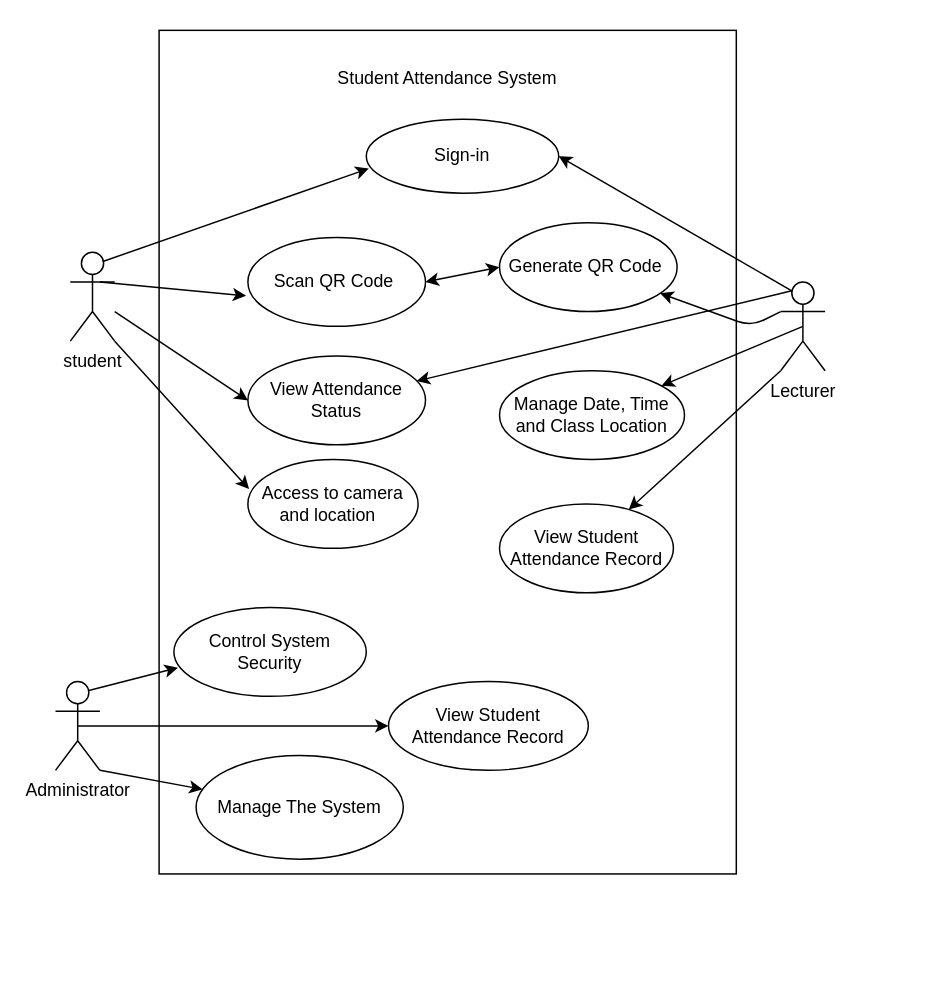
This is page "usecase" (1 of 2) of project/drawio/cutie/UMLdiagram.drawio from drshahizan/software-engineering, a draw.io file, before an edit. Source tidied: cells renumbered, new cells numbered last; positions are measured from the earlier drawing's top-left corner, leaving out a move shared by most shapes. Both pictures are drawn from the tidied source at 148%, with x=0, y=0 at pixel (55, 30).
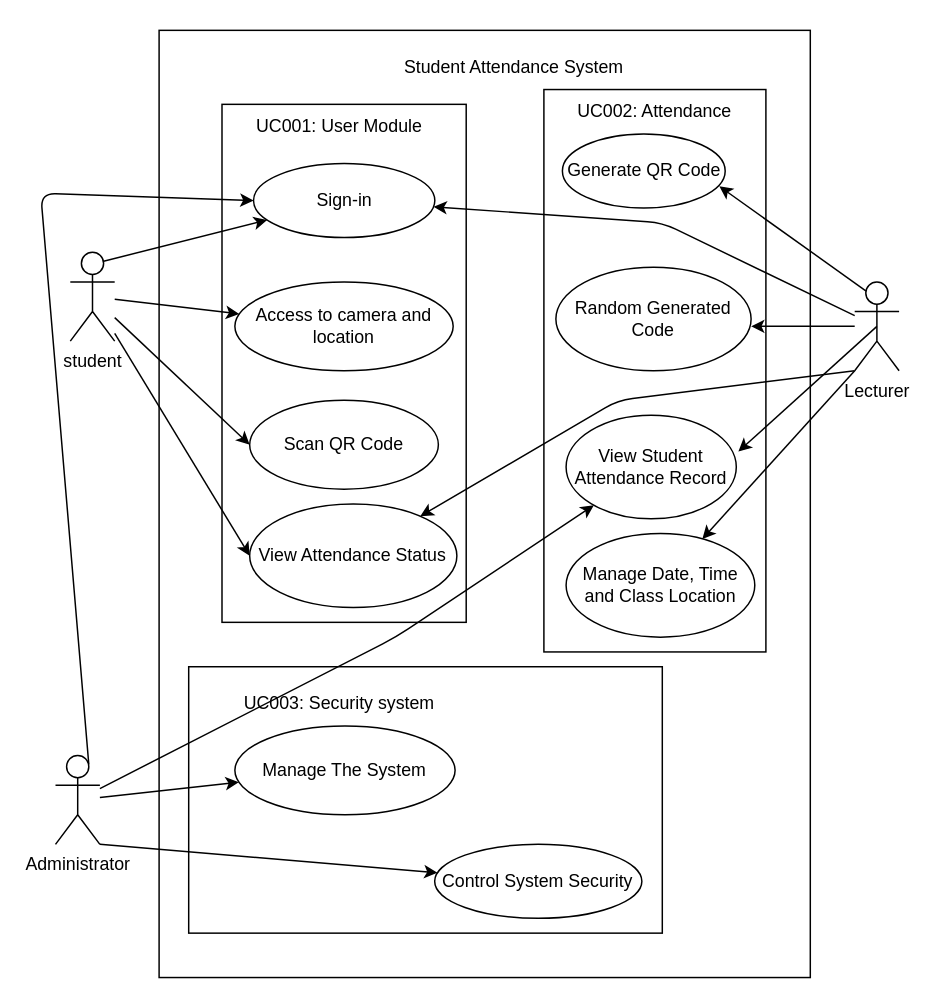
The same diagram, later.

The change refers to these unchanged cells:
```xml
<mxCell id="2" value="student&lt;br&gt;" style="shape=umlActor;verticalLabelPosition=bottom;verticalAlign=top;html=1;outlineConnect=0;" parent="1" vertex="1">
  <mxGeometry x="10" y="150" width="30" height="60" as="geometry" />
</mxCell>
```

Change to the diagram source:
```diff
@@
-    <mxCell id="3" value="&lt;br&gt;&lt;br&gt;Student Attendance System&lt;br&gt;&lt;br&gt;&lt;br&gt;&lt;br&gt;&lt;br&gt;&lt;br&gt;&lt;br&gt;&lt;br&gt;&lt;br&gt;&lt;br&gt;&lt;br&gt;&lt;br&gt;&lt;br&gt;&lt;br&gt;&lt;br&gt;&lt;br&gt;&lt;br&gt;&lt;br&gt;&lt;br&gt;&lt;br&gt;&lt;br&gt;&lt;br&gt;&lt;br&gt;&lt;br&gt;&lt;br&gt;&lt;br&gt;&lt;br&gt;&lt;br&gt;&lt;br&gt;&lt;br&gt;&lt;br&gt;&lt;br&gt;&lt;br&gt;&lt;br&gt;&lt;br&gt;&lt;br&gt;&lt;br&gt;&lt;br&gt;" style="rounded=0;whiteSpace=wrap;html=1;" parent="1" vertex="1">
-      <mxGeometry x="70" width="390" height="570" as="geometry" />
+    <mxCell id="3" style="rounded=0;whiteSpace=wrap;html=1;" parent="1" vertex="1">
+      <mxGeometry x="70" width="440" height="640" as="geometry" />
     </mxCell>
+    <mxCell id="11" value="Lecturer" style="shape=umlActor;verticalLabelPosition=bottom;verticalAlign=top;html=1;outlineConnect=0;" parent="1" vertex="1">
+      <mxGeometry x="540" y="170" width="30" height="60" as="geometry" />
+    </mxCell>
+    <mxCell id="18" value="Administrator" style="shape=umlActor;verticalLabelPosition=bottom;verticalAlign=top;html=1;outlineConnect=0;" parent="1" vertex="1">
+      <mxGeometry y="490" width="30" height="60" as="geometry" />
+    </mxCell>
+    <mxCell id="29" style="rounded=0;whiteSpace=wrap;html=1;" parent="1" vertex="1">
+      <mxGeometry x="112.5" y="50" width="165" height="350" as="geometry" />
+    </mxCell>
-    <mxCell id="4" value="Scan QR Code&amp;nbsp;" style="ellipse;whiteSpace=wrap;html=1;" parent="1" vertex="1">
-      <mxGeometry x="130" y="140" width="120" height="60" as="geometry" />
+    <mxCell id="4" value="Scan QR Code" style="ellipse;whiteSpace=wrap;html=1;" parent="1" vertex="1">
+      <mxGeometry x="131.2" y="250" width="127.5" height="60" as="geometry" />
     </mxCell>
     <mxCell id="5" value="View Attendance Status" style="ellipse;whiteSpace=wrap;html=1;" parent="1" vertex="1">
-      <mxGeometry x="130" y="220" width="120" height="60" as="geometry" />
+      <mxGeometry x="131.2" y="320" width="140" height="70" as="geometry" />
     </mxCell>
+    <mxCell id="26" value="Sign-in" style="ellipse;whiteSpace=wrap;html=1;" parent="1" vertex="1">
+      <mxGeometry x="133.8" y="90" width="122.5" height="50" as="geometry" />
+    </mxCell>
-    <mxCell id="6" value="Access to camera and location&amp;nbsp;&amp;nbsp;" style="ellipse;whiteSpace=wrap;html=1;" parent="1" vertex="1">
-      <mxGeometry x="130" y="290" width="115" height="60" as="geometry" />
+    <mxCell id="6" value="Access to camera and location" style="ellipse;whiteSpace=wrap;html=1;" parent="1" vertex="1">
+      <mxGeometry x="121.2" y="170" width="147.5" height="60" as="geometry" />
     </mxCell>
-    <mxCell id="7" style="edgeStyle=none;html=1;exitX=0;exitY=0.3333333333333333;exitDx=0;exitDy=0;exitPerimeter=0;" parent="1" edge="1" source="11" target="12">
-      <mxGeometry relative="1" as="geometry">
-        <Array as="points">
-          <mxPoint x="470" y="200" />
-        </Array>
-      </mxGeometry>
-    </mxCell>
-    <mxCell id="8" style="edgeStyle=none;html=1;exitX=0.5;exitY=0.5;exitDx=0;exitDy=0;exitPerimeter=0;" parent="1" edge="1" source="11" target="13">
-      <mxGeometry relative="1" as="geometry" />
-    </mxCell>
-    <mxCell id="9" style="edgeStyle=none;html=1;exitX=0;exitY=1;exitDx=0;exitDy=0;exitPerimeter=0;" parent="1" edge="1" source="11" target="14">
-      <mxGeometry relative="1" as="geometry" />
-    </mxCell>
-    <mxCell id="10" style="edgeStyle=none;html=1;exitX=0.25;exitY=0.1;exitDx=0;exitDy=0;exitPerimeter=0;" parent="1" edge="1" source="11" target="5">
-      <mxGeometry relative="1" as="geometry" />
-    </mxCell>
-    <mxCell id="11" value="Lecturer" style="shape=umlActor;verticalLabelPosition=bottom;verticalAlign=top;html=1;outlineConnect=0;" parent="1" vertex="1">
-      <mxGeometry x="490" y="170" width="30" height="60" as="geometry" />
-    </mxCell>
+    <mxCell id="27" style="endArrow=classic;html=1;exitX=0.75;exitY=0.1;exitDx=0;exitDy=0;exitPerimeter=0;" parent="1" edge="1" source="2" target="26">
+      <mxGeometry relative="1" as="geometry" />
+    </mxCell>
+    <mxCell id="24" style="endArrow=classic;html=1;" parent="1" edge="1" source="2" target="6">
+      <mxGeometry relative="1" as="geometry" />
+    </mxCell>
+    <mxCell id="30" style="endArrow=classic;html=1;entryX=0;entryY=0.5;entryDx=0;entryDy=0;" parent="1" edge="1" source="2" target="4">
+      <mxGeometry relative="1" as="geometry" />
+    </mxCell>
+    <mxCell id="23" style="endArrow=classic;html=1;entryX=0;entryY=0.5;entryDx=0;entryDy=0;" parent="1" edge="1" source="2" target="5">
+      <mxGeometry relative="1" as="geometry" />
+    </mxCell>
+    <mxCell id="31" value="UC001: User Module" style="text;html=1;strokeColor=none;fillColor=none;align=center;verticalAlign=middle;whiteSpace=wrap;rounded=0;" parent="1" vertex="1">
+      <mxGeometry x="112.5" y="50" width="157.5" height="30" as="geometry" />
+    </mxCell>
+    <mxCell id="32" style="rounded=0;whiteSpace=wrap;html=1;" parent="1" vertex="1">
+      <mxGeometry x="330" y="40" width="150" height="380" as="geometry" />
+    </mxCell>
-    <mxCell id="12" value="Generate QR Code&amp;nbsp;" style="ellipse;whiteSpace=wrap;html=1;" parent="1" vertex="1">
-      <mxGeometry x="300" y="130" width="120" height="60" as="geometry" />
+    <mxCell id="12" value="Generate QR Code" style="ellipse;whiteSpace=wrap;html=1;" parent="1" vertex="1">
+      <mxGeometry x="342.5" y="70" width="110" height="50" as="geometry" />
     </mxCell>
-    <mxCell id="13" value="Manage Date, Time&lt;br&gt;and Class Location" style="ellipse;whiteSpace=wrap;html=1;" parent="1" vertex="1">
-      <mxGeometry x="300" y="230" width="125" height="60" as="geometry" />
+    <mxCell id="13" value="Manage Date, Time and Class Location" style="ellipse;whiteSpace=wrap;html=1;" parent="1" vertex="1">
+      <mxGeometry x="345" y="340" width="127.5" height="70" as="geometry" />
     </mxCell>
-    <mxCell id="14" value="View Student Attendance Record" style="ellipse;whiteSpace=wrap;html=1;" parent="1" vertex="1">
-      <mxGeometry x="300" y="320" width="117.5" height="60" as="geometry" />
-    </mxCell>
+    <mxCell id="33" value="View Student Attendance Record" style="ellipse;whiteSpace=wrap;html=1;" parent="1" vertex="1">
+      <mxGeometry x="345" y="260" width="115" height="70" as="geometry" />
+    </mxCell>
+    <mxCell id="8" style="endArrow=classic;html=1;exitX=0;exitY=1;exitDx=0;exitDy=0;exitPerimeter=0;" parent="1" edge="1" source="11" target="13">
+      <mxGeometry relative="1" as="geometry" />
+    </mxCell>
+    <mxCell id="34" style="endArrow=classic;html=1;exitX=0.5;exitY=0.5;exitDx=0;exitDy=0;exitPerimeter=0;entryX=1.012;entryY=0.352;entryDx=0;entryDy=0;entryPerimeter=0;" parent="1" edge="1" source="11" target="33">
+      <mxGeometry relative="1" as="geometry" />
+    </mxCell>
+    <mxCell id="7" style="endArrow=classic;html=1;exitX=0.25;exitY=0.1;exitDx=0;exitDy=0;exitPerimeter=0;entryX=0.964;entryY=0.707;entryDx=0;entryDy=0;entryPerimeter=0;" parent="1" edge="1" source="11" target="12">
+      <mxGeometry relative="1" as="geometry" />
+    </mxCell>
+    <mxCell id="35" value="UC002: Attendance" style="text;html=1;strokeColor=none;fillColor=none;align=center;verticalAlign=middle;whiteSpace=wrap;rounded=0;" parent="1" vertex="1">
+      <mxGeometry x="345" y="40" width="120" height="30" as="geometry" />
+    </mxCell>
+    <mxCell id="36" style="endArrow=classic;html=1;" parent="1" edge="1" target="5">
+      <mxGeometry relative="1" as="geometry">
+        <mxPoint x="540" y="230" as="sourcePoint" />
+        <Array as="points">
+          <mxPoint x="380" y="250" />
+        </Array>
+      </mxGeometry>
+    </mxCell>
+    <mxCell id="37" value="Student Attendance System" style="text;html=1;strokeColor=none;fillColor=none;align=center;verticalAlign=middle;whiteSpace=wrap;rounded=0;" parent="1" vertex="1">
+      <mxGeometry x="210" y="10" width="200" height="30" as="geometry" />
+    </mxCell>
+    <mxCell id="38" style="rounded=0;whiteSpace=wrap;html=1;" parent="1" vertex="1">
+      <mxGeometry x="90" y="430" width="320" height="180" as="geometry" />
+    </mxCell>
+    <mxCell id="19" value="Control System Security" style="ellipse;whiteSpace=wrap;html=1;" parent="1" vertex="1">
+      <mxGeometry x="256.2" y="550" width="140" height="50" as="geometry" />
+    </mxCell>
+    <mxCell id="21" value="Manage The System" style="ellipse;whiteSpace=wrap;html=1;" parent="1" vertex="1">
+      <mxGeometry x="121.2" y="470" width="148.8" height="60" as="geometry" />
+    </mxCell>
+    <mxCell id="39" value="UC003: Security system" style="text;html=1;strokeColor=none;fillColor=none;align=center;verticalAlign=middle;whiteSpace=wrap;rounded=0;" parent="1" vertex="1">
+      <mxGeometry x="112.5" y="440" width="157.5" height="30" as="geometry" />
+    </mxCell>
+    <mxCell id="17" style="endArrow=classic;html=1;" parent="1" edge="1" source="18" target="21">
+      <mxGeometry relative="1" as="geometry" />
+    </mxCell>
-    <mxCell id="15" style="edgeStyle=none;html=1;exitX=0.75;exitY=0.1;exitDx=0;exitDy=0;exitPerimeter=0;entryX=0.021;entryY=0.678;entryDx=0;entryDy=0;entryPerimeter=0;" parent="1" edge="1" source="18" target="19">
+    <mxCell id="15" style="endArrow=classic;html=1;exitX=1;exitY=1;exitDx=0;exitDy=0;exitPerimeter=0;" parent="1" edge="1" source="18" target="19">
       <mxGeometry relative="1" as="geometry" />
     </mxCell>
-    <mxCell id="16" style="edgeStyle=none;html=1;exitX=0.5;exitY=0.5;exitDx=0;exitDy=0;exitPerimeter=0;" parent="1" edge="1" source="18" target="20">
-      <mxGeometry relative="1" as="geometry" />
-    </mxCell>
-    <mxCell id="17" style="edgeStyle=none;html=1;exitX=1;exitY=1;exitDx=0;exitDy=0;exitPerimeter=0;" parent="1" edge="1" source="18" target="21">
-      <mxGeometry relative="1" as="geometry" />
-    </mxCell>
-    <mxCell id="18" value="Administrator" style="shape=umlActor;verticalLabelPosition=bottom;verticalAlign=top;html=1;outlineConnect=0;" parent="1" vertex="1">
-      <mxGeometry y="440" width="30" height="60" as="geometry" />
-    </mxCell>
-    <mxCell id="19" value="Control System Security" style="ellipse;whiteSpace=wrap;html=1;" parent="1" vertex="1">
-      <mxGeometry x="80" y="390" width="130" height="60" as="geometry" />
-    </mxCell>
-    <mxCell id="20" value="View Student Attendance Record" style="ellipse;whiteSpace=wrap;html=1;" parent="1" vertex="1">
-      <mxGeometry x="225" y="440" width="135" height="60" as="geometry" />
-    </mxCell>
-    <mxCell id="21" value="Manage The System" style="ellipse;whiteSpace=wrap;html=1;" parent="1" vertex="1">
-      <mxGeometry x="95" y="490" width="140" height="70" as="geometry" />
-    </mxCell>
-    <mxCell id="22" style="endArrow=classic;html=1;entryX=-0.01;entryY=0.656;entryDx=0;entryDy=0;entryPerimeter=0;" parent="1" edge="1" target="4">
-      <mxGeometry relative="1" as="geometry">
-        <mxPoint x="30" y="170" as="sourcePoint" />
-      </mxGeometry>
-    </mxCell>
-    <mxCell id="23" style="endArrow=classic;html=1;entryX=0;entryY=0.5;entryDx=0;entryDy=0;" parent="1" edge="1" source="2" target="5">
-      <mxGeometry relative="1" as="geometry" />
-    </mxCell>
-    <mxCell id="24" style="endArrow=classic;html=1;exitX=1;exitY=1;exitDx=0;exitDy=0;exitPerimeter=0;entryX=0.007;entryY=0.333;entryDx=0;entryDy=0;entryPerimeter=0;" parent="1" edge="1" source="2" target="6">
-      <mxGeometry relative="1" as="geometry" />
-    </mxCell>
-    <mxCell id="25" style="endArrow=classic;startArrow=classic;html=1;entryX=0;entryY=0.5;entryDx=0;entryDy=0;exitX=1;exitY=0.5;exitDx=0;exitDy=0;" parent="1" edge="1" source="4" target="12">
-      <mxGeometry relative="1" as="geometry" />
-    </mxCell>
-    <mxCell id="26" value="Sign-in" style="ellipse;whiteSpace=wrap;html=1;" parent="1" vertex="1">
-      <mxGeometry x="210" y="60" width="130" height="50" as="geometry" />
-    </mxCell>
-    <mxCell id="27" style="endArrow=classic;html=1;exitX=0.75;exitY=0.1;exitDx=0;exitDy=0;exitPerimeter=0;entryX=0.013;entryY=0.667;entryDx=0;entryDy=0;entryPerimeter=0;" parent="1" edge="1" source="2" target="26">
-      <mxGeometry relative="1" as="geometry" />
-    </mxCell>
+    <mxCell id="40" style="endArrow=classic;html=1;" parent="1" edge="1" source="18" target="33">
+      <mxGeometry relative="1" as="geometry">
+        <Array as="points">
+          <mxPoint x="230" y="410" />
+        </Array>
+      </mxGeometry>
+    </mxCell>
-    <mxCell id="28" style="endArrow=classic;html=1;exitX=0.25;exitY=0.1;exitDx=0;exitDy=0;exitPerimeter=0;entryX=1;entryY=0.5;entryDx=0;entryDy=0;" parent="1" edge="1" source="11" target="26">
-      <mxGeometry relative="1" as="geometry" />
+    <mxCell id="28" style="endArrow=classic;html=1;" parent="1" edge="1" source="11" target="26">
+      <mxGeometry relative="1" as="geometry">
+        <Array as="points">
+          <mxPoint x="410" y="130" />
+        </Array>
+      </mxGeometry>
     </mxCell>
+    <mxCell id="41" style="endArrow=classic;html=1;exitX=0.75;exitY=0.1;exitDx=0;exitDy=0;exitPerimeter=0;entryX=0;entryY=0.5;entryDx=0;entryDy=0;" parent="1" edge="1" source="18" target="26">
+      <mxGeometry relative="1" as="geometry">
+        <Array as="points">
+          <mxPoint x="-10" y="110" />
+        </Array>
+      </mxGeometry>
+    </mxCell>
+    <mxCell id="42" value="Random Generated Code" style="ellipse;whiteSpace=wrap;html=1;" parent="1" vertex="1">
+      <mxGeometry x="338.1" y="160" width="131.9" height="70" as="geometry" />
+    </mxCell>
+    <mxCell id="43" style="endArrow=classic;html=1;" parent="1" edge="1" source="11">
+      <mxGeometry relative="1" as="geometry">
+        <mxPoint x="470" y="200" as="targetPoint" />
+      </mxGeometry>
+    </mxCell>
```
